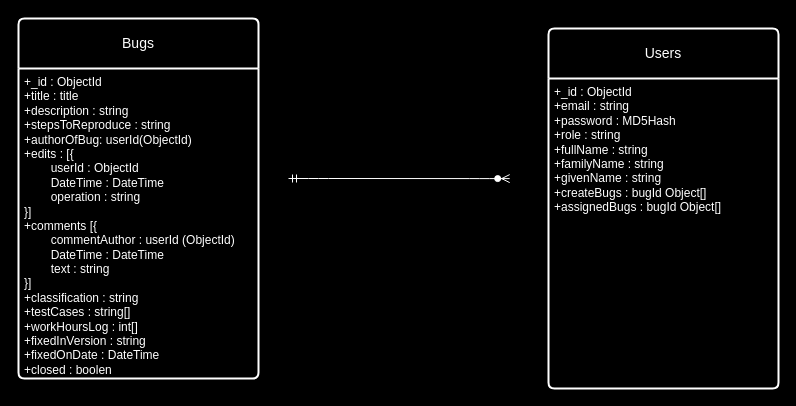
The draw.io diagram Labs/Labs/labs02-02/bugTracker.drawio in RankenTechnicalCollege/all-coursework-Ana-Brengle, before the edit. Source tidied: cells renumbered, new cells numbered last; positions are measured from the earlier drawing's top-left corner, leaving out a move shared by most shapes. Both pictures are drawn from the tidied source at 100%, with x=0, y=0 at pixel (18, 18).
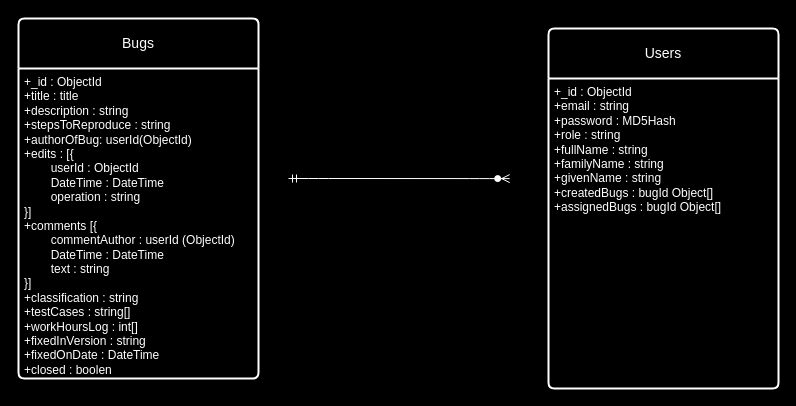
The same diagram, later.

What changed in the source:
```diff
@@
 <mxGraphModel background="#000000">
   <root>
     <mxCell id="0" />
     <mxCell id="1" parent="0" />
     <mxCell id="2" style="edgeStyle=none;html=1;exitX=0.5;exitY=0;exitDx=0;exitDy=0;" parent="1" edge="1" source="6" target="5">
       <mxGeometry relative="1" as="geometry" />
     </mxCell>
     <mxCell id="3" value="&lt;font style=&quot;color: rgb(255, 255, 255);&quot;&gt;Bugs&lt;/font&gt;" style="swimlane;horizontal=1;startSize=50;rounded=1;fontSize=14;fontStyle=0;strokeWidth=2;shadow=0;dashed=0;align=center;arcSize=4;whiteSpace=wrap;html=1;strokeColor=#FFFFFF;fillColor=#000000;" parent="1" vertex="1">
       <mxGeometry width="240" height="360" as="geometry" />
     </mxCell>
     <mxCell id="4" value="&lt;font style=&quot;color: rgb(255, 255, 255);&quot;&gt;+_id : ObjectId&lt;br&gt;+title : title&lt;br&gt;+description : string&lt;/font&gt;&lt;div&gt;&lt;font style=&quot;color: rgb(255, 255, 255);&quot;&gt;+stepsToReproduce : string&lt;/font&gt;&lt;/div&gt;&lt;div&gt;&lt;font style=&quot;color: rgb(255, 255, 255);&quot;&gt;+authorOfBug: userId(ObjectId)&lt;/font&gt;&lt;/div&gt;&lt;div&gt;&lt;font style=&quot;color: rgb(255, 255, 255);&quot;&gt;+edits : [{&lt;/font&gt;&lt;/div&gt;&lt;div&gt;&lt;font style=&quot;color: rgb(255, 255, 255);&quot;&gt;&lt;span style=&quot;white-space: pre;&quot;&gt;&#9;&lt;/span&gt;userId : ObjectId&lt;br&gt;&lt;/font&gt;&lt;/div&gt;&lt;div&gt;&lt;font style=&quot;color: rgb(255, 255, 255);&quot;&gt;&lt;span style=&quot;white-space: pre;&quot;&gt;&#9;&lt;/span&gt;DateTime : DateTime&lt;br&gt;&lt;/font&gt;&lt;/div&gt;&lt;div&gt;&lt;font style=&quot;color: rgb(255, 255, 255);&quot;&gt;&lt;span style=&quot;white-space: pre;&quot;&gt;&#9;&lt;/span&gt;operation : string&lt;br&gt;&lt;/font&gt;&lt;/div&gt;&lt;div&gt;&lt;font style=&quot;color: rgb(255, 255, 255);&quot;&gt;}]&lt;/font&gt;&lt;/div&gt;&lt;div&gt;&lt;font style=&quot;color: rgb(255, 255, 255);&quot;&gt;+comments [{&lt;/font&gt;&lt;/div&gt;&lt;div&gt;&lt;font style=&quot;color: rgb(255, 255, 255);&quot;&gt;&lt;span style=&quot;white-space: pre;&quot;&gt;&#9;&lt;/span&gt;commentAuthor : userId (ObjectId)&lt;br&gt;&lt;/font&gt;&lt;/div&gt;&lt;div&gt;&lt;font style=&quot;color: rgb(255, 255, 255);&quot;&gt;&lt;span style=&quot;white-space: pre;&quot;&gt;&#9;&lt;/span&gt;DateTime : DateTime&lt;br&gt;&lt;/font&gt;&lt;/div&gt;&lt;div&gt;&lt;font style=&quot;color: rgb(255, 255, 255);&quot;&gt;&lt;span style=&quot;white-space: pre;&quot;&gt;&#9;&lt;/span&gt;text : string&lt;br&gt;&lt;/font&gt;&lt;/div&gt;&lt;div&gt;&lt;font style=&quot;color: rgb(255, 255, 255);&quot;&gt;}]&lt;/font&gt;&lt;/div&gt;&lt;div&gt;&lt;font style=&quot;color: rgb(255, 255, 255);&quot;&gt;+classification : string&lt;/font&gt;&lt;/div&gt;&lt;div&gt;&lt;font style=&quot;color: rgb(255, 255, 255);&quot;&gt;+testCases : string[]&lt;/font&gt;&lt;/div&gt;&lt;div&gt;&lt;font style=&quot;color: rgb(255, 255, 255);&quot;&gt;+workHoursLog : int[]&lt;/font&gt;&lt;/div&gt;&lt;div&gt;&lt;font style=&quot;color: rgb(255, 255, 255);&quot;&gt;+fixedInVersion : string&lt;/font&gt;&lt;/div&gt;&lt;div&gt;&lt;font style=&quot;color: rgb(255, 255, 255);&quot;&gt;+fixedOnDate : DateTime&lt;/font&gt;&lt;/div&gt;&lt;div&gt;&lt;font style=&quot;color: rgb(255, 255, 255);&quot;&gt;+closed : boolen&lt;/font&gt;&lt;/div&gt;" style="align=left;strokeColor=none;fillColor=none;spacingLeft=4;fontSize=12;verticalAlign=top;html=1;" parent="3" vertex="1">
       <mxGeometry y="50" width="240" height="310" as="geometry" />
     </mxCell>
     <mxCell id="5" value="&lt;font style=&quot;color: rgb(255, 255, 255);&quot;&gt;Users&lt;/font&gt;" style="swimlane;horizontal=1;startSize=50;rounded=1;fontSize=14;fontStyle=0;strokeWidth=2;shadow=0;dashed=0;align=center;arcSize=4;whiteSpace=wrap;html=1;strokeColor=#FFFFFF;fillColor=#000000;" parent="1" vertex="1">
       <mxGeometry x="530" y="10" width="230" height="360" as="geometry" />
     </mxCell>
-    <mxCell id="6" value="&lt;font style=&quot;color: rgb(255, 255, 255);&quot;&gt;+_id : ObjectId&lt;br&gt;+email : string&lt;br&gt;+password : MD5Hash&lt;/font&gt;&lt;div&gt;&lt;font style=&quot;color: rgb(255, 255, 255);&quot;&gt;+role : string&lt;/font&gt;&lt;/div&gt;&lt;div&gt;&lt;font style=&quot;color: rgb(255, 255, 255);&quot;&gt;+fullName : string&lt;/font&gt;&lt;/div&gt;&lt;div&gt;&lt;font style=&quot;color: rgb(255, 255, 255);&quot;&gt;+familyName : string&lt;/font&gt;&lt;/div&gt;&lt;div&gt;&lt;font style=&quot;color: rgb(255, 255, 255);&quot;&gt;+givenName : string&lt;/font&gt;&lt;/div&gt;&lt;div&gt;&lt;font style=&quot;color: rgb(255, 255, 255);&quot;&gt;+createBugs : bugId Object[]&lt;/font&gt;&lt;/div&gt;&lt;div&gt;&lt;font style=&quot;color: rgb(255, 255, 255);&quot;&gt;+assignedBugs : bugId Object[]&lt;/font&gt;&lt;/div&gt;&lt;div&gt;&lt;br&gt;&lt;/div&gt;&lt;div&gt;&lt;br&gt;&lt;/div&gt;" style="align=left;strokeColor=none;fillColor=none;spacingLeft=4;fontSize=12;verticalAlign=top;html=1;" parent="5" vertex="1">
+    <mxCell id="6" value="&lt;font style=&quot;color: rgb(255, 255, 255);&quot;&gt;+_id : ObjectId&lt;br&gt;+email : string&lt;br&gt;+password : MD5Hash&lt;/font&gt;&lt;div&gt;&lt;font style=&quot;color: rgb(255, 255, 255);&quot;&gt;+role : string&lt;/font&gt;&lt;/div&gt;&lt;div&gt;&lt;font style=&quot;color: rgb(255, 255, 255);&quot;&gt;+fullName : string&lt;/font&gt;&lt;/div&gt;&lt;div&gt;&lt;font style=&quot;color: rgb(255, 255, 255);&quot;&gt;+familyName : string&lt;/font&gt;&lt;/div&gt;&lt;div&gt;&lt;font style=&quot;color: rgb(255, 255, 255);&quot;&gt;+givenName : string&lt;/font&gt;&lt;/div&gt;&lt;div&gt;&lt;font style=&quot;color: rgb(255, 255, 255);&quot;&gt;+createdBugs : bugId Object[]&lt;/font&gt;&lt;/div&gt;&lt;div&gt;&lt;font style=&quot;color: rgb(255, 255, 255);&quot;&gt;+assignedBugs : bugId Object[]&lt;/font&gt;&lt;/div&gt;&lt;div&gt;&lt;br&gt;&lt;/div&gt;&lt;div&gt;&lt;br&gt;&lt;/div&gt;" style="align=left;strokeColor=none;fillColor=none;spacingLeft=4;fontSize=12;verticalAlign=top;html=1;" parent="5" vertex="1">
       <mxGeometry y="50" width="230" height="310" as="geometry" />
     </mxCell>
     <mxCell id="7" style="edgeStyle=entityRelationEdgeStyle;fontSize=12;html=1;endArrow=ERzeroToMany;startArrow=ERmandOne;strokeColor=#FFFFFF;exitX=0.995;exitY=0.29;exitDx=0;exitDy=0;exitPerimeter=0;" parent="1" edge="1">
       <mxGeometry relative="1" as="geometry">
         <mxPoint x="270" y="160" as="sourcePoint" />
         <mxPoint x="491.2" y="160.1" as="targetPoint" />
         <Array as="points">
           <mxPoint x="441.2" y="190.1" />
         </Array>
       </mxGeometry>
     </mxCell>
   </root>
 </mxGraphModel>
```
